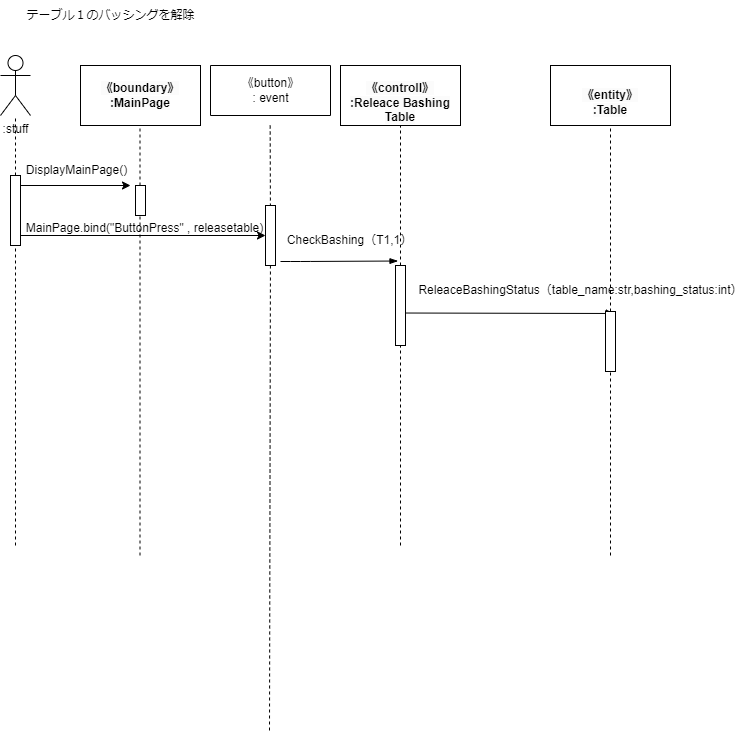
Earlier version of the draw.io export psp4/シーケンス図/シーケンス図_バッシング.drawio.png (MasakiHiguchi/---). Source tidied: cells renumbered, new cells last; positions are measured from the earlier drawing's top-left corner, leaving out a move shared by most shapes.
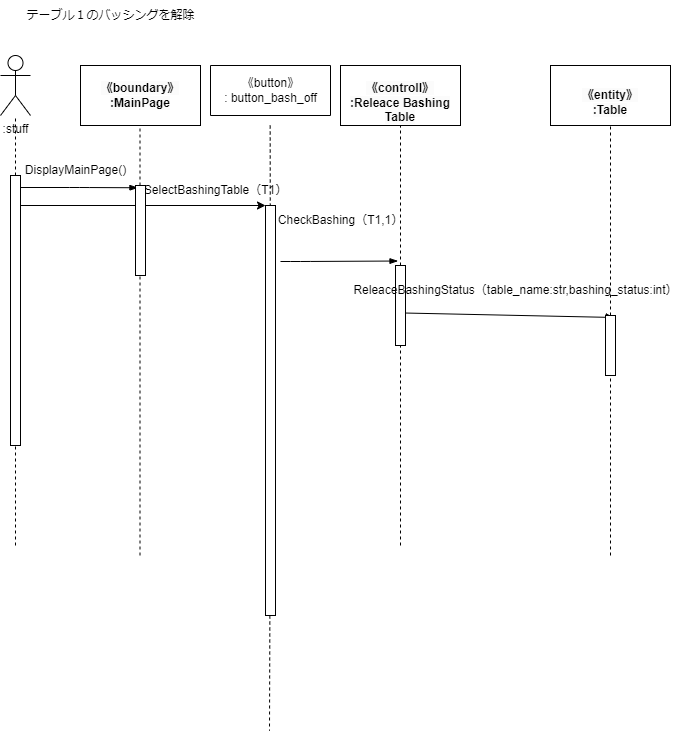
After the commit.

What changed in the source:
```diff
@@ -33,17 +33,19 @@
         <mxPoint x="15" y="545" as="sourcePoint" />
       </mxGeometry>
     </mxCell>
-    <mxCell id="11" style="edgeStyle=none;html=1;entryX=0;entryY=0;entryDx=0;entryDy=0;" parent="1" edge="1">
-      <mxGeometry relative="1" as="geometry">
-        <mxPoint x="20" y="235" as="sourcePoint" />
-        <mxPoint x="265" y="235" as="targetPoint" />
-      </mxGeometry>
+    <mxCell id="11" style="edgeStyle=none;html=1;entryX=0;entryY=0;entryDx=0;entryDy=0;" parent="1" edge="1" source="12" target="29">
+      <mxGeometry relative="1" as="geometry" />
     </mxCell>
     <mxCell id="12" style="html=1;points=[];perimeter=orthogonalPerimeter;" parent="1" vertex="1">
-      <mxGeometry x="10" y="175" width="10" height="70" as="geometry" />
+      <mxGeometry x="10" y="175" width="10" height="270" as="geometry" />
     </mxCell>
+    <mxCell id="32" style="edgeStyle=elbowEdgeStyle;fontSize=12;html=1;endArrow=blockThin;endFill=1;entryX=0.245;entryY=0.025;entryDx=0;entryDy=0;entryPerimeter=0;" parent="1" edge="1" target="15">
+      <mxGeometry relative="1" as="geometry">
+        <mxPoint x="20" y="187" as="sourcePoint" />
+      </mxGeometry>
+    </mxCell>
-    <mxCell id="13" value="&lt;div style=&quot;text-align: left;&quot;&gt;&lt;span style=&quot;background-color: initial;&quot;&gt;MainPage.bind(&quot;ButtonPress&quot; , releasetable)&lt;/span&gt;&lt;/div&gt;" style="text;html=1;align=center;verticalAlign=middle;strokeColor=none;fillColor=none;" parent="1" vertex="1">
-      <mxGeometry x="14" y="213" width="260" height="30" as="geometry" />
+    <mxCell id="13" value="&lt;span style=&quot;text-align: left;&quot;&gt;SelectBashingTable（T1）&lt;/span&gt;" style="text;html=1;align=center;verticalAlign=middle;strokeColor=none;fillColor=none;" parent="1" vertex="1">
+      <mxGeometry x="130" y="175" width="170" height="30" as="geometry" />
     </mxCell>
     <mxCell id="14" style="endArrow=none;dashed=1;html=1;" parent="1" edge="1" target="15">
       <mxGeometry relative="1" as="geometry">
@@ -51,7 +53,7 @@
       </mxGeometry>
     </mxCell>
     <mxCell id="15" style="html=1;points=[];perimeter=orthogonalPerimeter;" parent="1" vertex="1">
-      <mxGeometry x="135" y="185" width="10" height="30" as="geometry" />
+      <mxGeometry x="135" y="185" width="10" height="90" as="geometry" />
     </mxCell>
     <mxCell id="16" style="endArrow=none;dashed=1;html=1;" parent="1" edge="1" target="18">
       <mxGeometry relative="1" as="geometry">
@@ -73,7 +75,7 @@
       </mxGeometry>
     </mxCell>
     <mxCell id="20" value="&lt;span style=&quot;text-align: left;&quot;&gt;CheckBashing（T1,1）&lt;/span&gt;" style="text;html=1;align=center;verticalAlign=middle;strokeColor=none;fillColor=none;" parent="1" vertex="1">
-      <mxGeometry x="274" y="225" width="150" height="30" as="geometry" />
+      <mxGeometry x="265" y="205" width="150" height="30" as="geometry" />
     </mxCell>
     <mxCell id="21" style="endArrow=none;dashed=1;html=1;" parent="1" edge="1" target="22">
       <mxGeometry relative="1" as="geometry">
@@ -81,10 +83,10 @@
       </mxGeometry>
     </mxCell>
     <mxCell id="22" style="html=1;points=[];perimeter=orthogonalPerimeter;" parent="1" vertex="1">
-      <mxGeometry x="605" y="311" width="10" height="60" as="geometry" />
+      <mxGeometry x="605" y="315" width="10" height="60" as="geometry" />
     </mxCell>
     <mxCell id="23" value="&lt;span style=&quot;text-align: left;&quot;&gt;ReleaceBashingStatus（table_name:str,bashing_status:int）&lt;/span&gt;" style="text;html=1;align=center;verticalAlign=middle;strokeColor=none;fillColor=none;" parent="1" vertex="1">
-      <mxGeometry x="405" y="275" width="350" height="30" as="geometry" />
+      <mxGeometry x="340" y="275" width="350" height="30" as="geometry" />
     </mxCell>
     <mxCell id="24" value="テーブル１のバッシングを解除" style="text;html=1;align=center;verticalAlign=middle;strokeColor=none;fillColor=none;" parent="1" vertex="1">
       <mxGeometry x="15" width="190" height="30" as="geometry" />
@@ -97,8 +99,8 @@
     <mxCell id="26" style="swimlane;startSize=0;" parent="1" vertex="1">
       <mxGeometry x="210" y="65" width="120" height="50" as="geometry" />
     </mxCell>
-    <mxCell id="27" value="《button》&lt;br&gt;: event" style="text;html=1;align=center;verticalAlign=middle;strokeColor=none;fillColor=none;" parent="26" vertex="1">
-      <mxGeometry x="20" y="5" width="80" height="40" as="geometry" />
+    <mxCell id="27" value="《button》&lt;br&gt;: button_bash_off" style="text;html=1;align=center;verticalAlign=middle;strokeColor=none;fillColor=none;" parent="26" vertex="1">
+      <mxGeometry y="5" width="120" height="40" as="geometry" />
     </mxCell>
     <mxCell id="28" style="edgeStyle=none;html=1;endArrow=none;endFill=0;dashed=1;" parent="1" edge="1" target="29">
       <mxGeometry relative="1" as="geometry">
@@ -106,16 +108,10 @@
       </mxGeometry>
     </mxCell>
     <mxCell id="29" style="rounded=0;whiteSpace=wrap;html=1;" parent="1" vertex="1">
-      <mxGeometry x="265" y="205" width="10" height="60" as="geometry" />
+      <mxGeometry x="265" y="205" width="10" height="410" as="geometry" />
     </mxCell>
     <mxCell id="30" value="DisplayMainPage()" style="text;html=1;align=center;verticalAlign=middle;strokeColor=none;fillColor=none;" parent="1" vertex="1">
-      <mxGeometry x="16" y="155" width="120" height="30" as="geometry" />
+      <mxGeometry x="15" y="155" width="120" height="30" as="geometry" />
     </mxCell>
-    <mxCell id="31" style="edgeStyle=none;html=1;" parent="1" edge="1">
-      <mxGeometry relative="1" as="geometry">
-        <mxPoint x="20" y="185" as="sourcePoint" />
-        <mxPoint x="130" y="185" as="targetPoint" />
-      </mxGeometry>
-    </mxCell>
   </root>
 </mxGraphModel>
```
